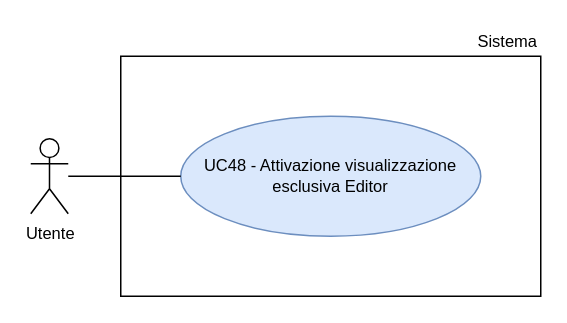
Above: RTB/doc_esterna/analisi-dei-requisiti/assets/draw.io/UC48.drawio in thebitless-group-swe/thebitless.github.io (draw.io), before the change. Source tidied: cells renumbered, new cells numbered last; positions are measured from the earlier drawing's top-left corner, leaving out a move shared by most shapes. Both pictures are drawn from the tidied source at 150%, with x=0, y=0 at pixel (30, 26).
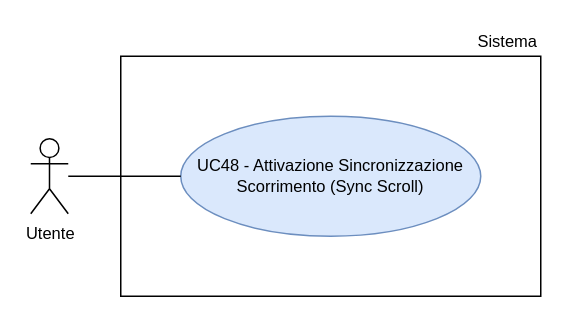
After the change.

Diff of the diagram source:
```diff
@@
 <mxGraphModel>
   <root>
     <mxCell id="0" />
     <mxCell id="1" parent="0" />
     <mxCell id="2" value="Utente" style="shape=umlActor;verticalLabelPosition=bottom;verticalAlign=top;html=1;outlineConnect=0;fontSize=11;" parent="1" vertex="1">
       <mxGeometry y="75" width="25" height="50" as="geometry" />
     </mxCell>
     <mxCell id="3" style="rounded=0;whiteSpace=wrap;html=1;strokeWidth=1;" parent="1" vertex="1">
       <mxGeometry x="60" y="20" width="280" height="160" as="geometry" />
     </mxCell>
     <mxCell id="4" value="Sistema" style="text;html=1;whiteSpace=wrap;strokeColor=none;fillColor=none;align=right;verticalAlign=middle;fontSize=11;" parent="1" vertex="1">
       <mxGeometry x="270" width="70" height="20" as="geometry" />
     </mxCell>
-    <mxCell id="5" value="UC48 - Attivazione visualizzazione esclusiva Editor" style="ellipse;whiteSpace=wrap;html=1;fillColor=#dae8fc;strokeColor=#6c8ebf;fontSize=11;" parent="1" vertex="1">
+    <mxCell id="5" value="UC48 - Attivazione Sincronizzazione Scorrimento (Sync Scroll)" style="ellipse;whiteSpace=wrap;html=1;fillColor=#dae8fc;strokeColor=#6c8ebf;fontSize=11;" parent="1" vertex="1">
       <mxGeometry x="100" y="60" width="200" height="80" as="geometry" />
     </mxCell>
     <mxCell id="6" style="edgeStyle=none;rounded=0;jettySize=auto;html=1;endArrow=none;endFill=0;" parent="1" edge="1" source="2" target="5">
       <mxGeometry relative="1" as="geometry" />
     </mxCell>
   </root>
 </mxGraphModel>
```
